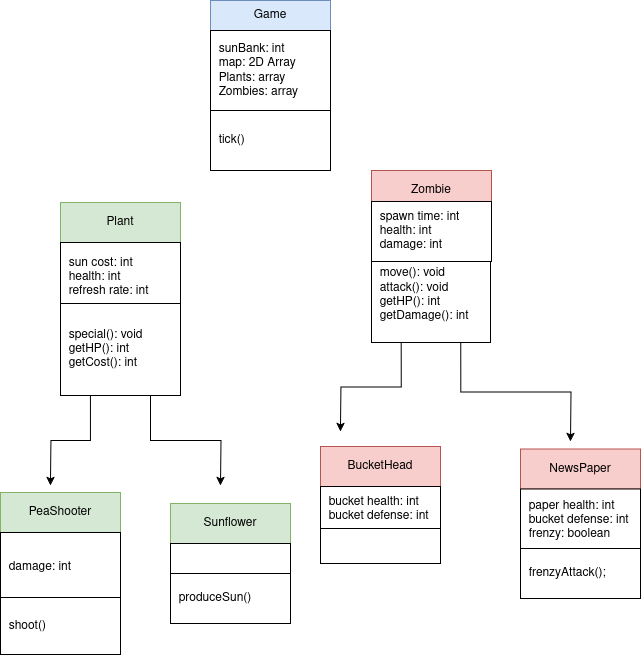
Earlier version of the draw.io export Updated_UML.png (Stuycs-K/finalprojectapcs-3-nizum-nowar-chen-angelo-chan-jessie). Source tidied: cells renumbered, new cells last; positions are measured from the earlier drawing's top-left corner, leaving out a move shared by most shapes.
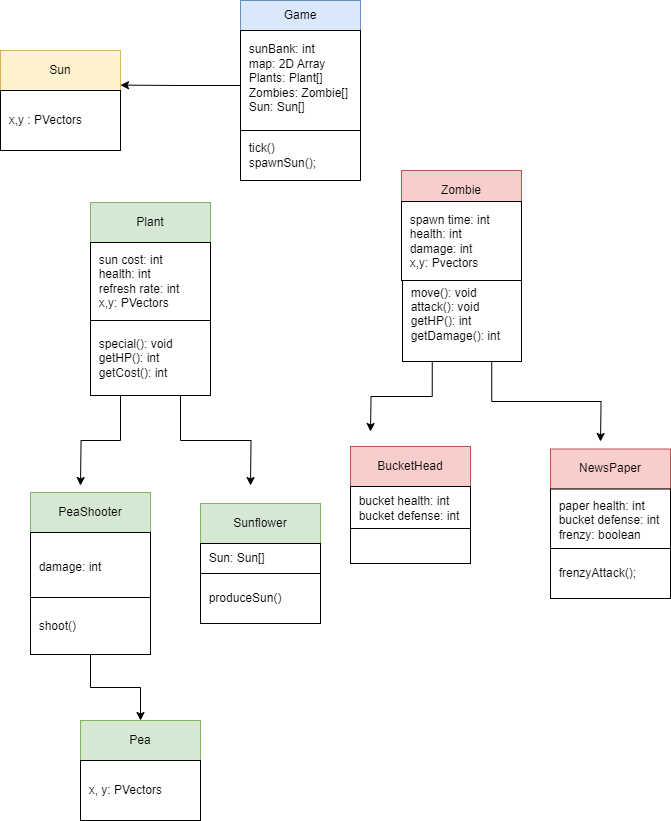
The same file after the commit.

Commit message:
Further updated UML with new Sun and Pea

What changed in the source:
```diff
@@ -5,8 +5,8 @@
     <mxCell id="2" value="Plant" style="rounded=0;whiteSpace=wrap;html=1;fillColor=#d5e8d4;strokeColor=#82b366;" parent="1" vertex="1">
       <mxGeometry x="60" y="202" width="120" height="40" as="geometry" />
     </mxCell>
-    <mxCell id="3" value="&lt;div align=&quot;left&quot;&gt;&amp;nbsp; sun cost: int&lt;/div&gt;&lt;div align=&quot;left&quot;&gt;&amp;nbsp; health: int&lt;/div&gt;&lt;div align=&quot;left&quot;&gt;&amp;nbsp; refresh rate: int &lt;br&gt;&lt;/div&gt;" style="rounded=0;whiteSpace=wrap;html=1;align=left;" parent="1" vertex="1">
-      <mxGeometry x="60" y="242" width="120" height="70" as="geometry" />
+    <mxCell id="3" value="&lt;div align=&quot;left&quot;&gt;&amp;nbsp; sun cost: int&lt;/div&gt;&lt;div align=&quot;left&quot;&gt;&amp;nbsp; health: int&lt;/div&gt;&lt;div align=&quot;left&quot;&gt;&amp;nbsp; refresh rate: int &lt;br&gt;&lt;/div&gt;&lt;div align=&quot;left&quot;&gt;&amp;nbsp; x,y: PVectors&lt;/div&gt;" style="rounded=0;whiteSpace=wrap;html=1;align=left;" parent="1" vertex="1">
+      <mxGeometry x="60" y="242" width="120" height="78" as="geometry" />
     </mxCell>
     <mxCell id="4" style="edgeStyle=orthogonalEdgeStyle;rounded=0;jettySize=auto;html=1;exitX=0.25;exitY=1;exitDx=0;exitDy=0;" parent="1" edge="1" source="6">
       <mxGeometry relative="1" as="geometry">
@@ -19,13 +19,13 @@
       </mxGeometry>
     </mxCell>
     <mxCell id="6" value="&lt;div&gt;&amp;nbsp; special(): void&lt;/div&gt;&lt;div&gt;&amp;nbsp; getHP(): int &lt;br&gt;&lt;/div&gt;&lt;div&gt;&amp;nbsp; getCost(): int&lt;/div&gt;" style="rounded=0;whiteSpace=wrap;html=1;align=left;" parent="1" vertex="1">
-      <mxGeometry x="60" y="303" width="120" height="92" as="geometry" />
+      <mxGeometry x="60" y="320" width="120" height="75" as="geometry" />
     </mxCell>
     <mxCell id="7" value="&lt;div align=&quot;center&quot;&gt;Zombie&lt;/div&gt;" style="rounded=0;whiteSpace=wrap;html=1;fillColor=#f8cecc;strokeColor=#b85450;align=center;" parent="1" vertex="1">
       <mxGeometry x="371" y="170" width="120" height="40" as="geometry" />
     </mxCell>
-    <mxCell id="8" value="&lt;div align=&quot;left&quot;&gt;&amp;nbsp; spawn time: int&lt;/div&gt;&lt;div align=&quot;left&quot;&gt;&amp;nbsp; health: int &lt;br&gt;&lt;/div&gt;&lt;div align=&quot;left&quot;&gt;&amp;nbsp; damage: int&lt;/div&gt;" style="rounded=0;whiteSpace=wrap;html=1;align=left;" parent="1" vertex="1">
-      <mxGeometry x="371" y="201" width="120" height="60" as="geometry" />
+    <mxCell id="8" value="&lt;div align=&quot;left&quot;&gt;&amp;nbsp; spawn time: int&lt;/div&gt;&lt;div align=&quot;left&quot;&gt;&amp;nbsp; health: int &lt;br&gt;&lt;/div&gt;&lt;div align=&quot;left&quot;&gt;&amp;nbsp; damage: int&lt;/div&gt;&lt;div align=&quot;left&quot;&gt;&amp;nbsp; x,y: Pvectors&amp;nbsp;&lt;/div&gt;" style="rounded=0;whiteSpace=wrap;html=1;align=left;" parent="1" vertex="1">
+      <mxGeometry x="371" y="201" width="120" height="79" as="geometry" />
     </mxCell>
     <mxCell id="9" style="edgeStyle=orthogonalEdgeStyle;rounded=0;jettySize=auto;html=1;exitX=0.25;exitY=1;exitDx=0;exitDy=0;" parent="1" edge="1" source="11">
       <mxGeometry relative="1" as="geometry">
@@ -38,7 +38,7 @@
       </mxGeometry>
     </mxCell>
     <mxCell id="11" value="&lt;div align=&quot;left&quot;&gt;&amp;nbsp; move(): void &lt;br&gt;&lt;/div&gt;&lt;div align=&quot;left&quot;&gt;&amp;nbsp; attack(): void&lt;/div&gt;&lt;div align=&quot;left&quot;&gt;&amp;nbsp; getHP(): int&lt;/div&gt;&lt;div align=&quot;left&quot;&gt;&amp;nbsp; getDamage(): int&lt;/div&gt;&lt;div align=&quot;left&quot;&gt;&lt;br&gt;&lt;/div&gt;" style="rounded=0;whiteSpace=wrap;html=1;align=left;" parent="1" vertex="1">
-      <mxGeometry x="371" y="261" width="119" height="81" as="geometry" />
+      <mxGeometry x="372" y="280" width="119" height="81" as="geometry" />
     </mxCell>
     <mxCell id="12" value="PeaShooter" style="rounded=0;whiteSpace=wrap;html=1;fillColor=#d5e8d4;strokeColor=#82b366;" parent="1" vertex="1">
       <mxGeometry y="492" width="120" height="40" as="geometry" />
@@ -46,13 +46,16 @@
     <mxCell id="13" value="&lt;div align=&quot;left&quot;&gt;&amp;nbsp; damage: int &lt;br&gt;&lt;/div&gt;" style="rounded=0;whiteSpace=wrap;html=1;align=left;" parent="1" vertex="1">
       <mxGeometry y="532" width="120" height="70" as="geometry" />
     </mxCell>
+    <mxCell id="27" style="edgeStyle=orthogonalEdgeStyle;rounded=0;jettySize=auto;html=1;exitX=0.5;exitY=1;exitDx=0;exitDy=0;" parent="1" edge="1" source="14" target="31">
+      <mxGeometry relative="1" as="geometry" />
+    </mxCell>
     <mxCell id="14" value="&amp;nbsp; shoot()" style="rounded=0;whiteSpace=wrap;html=1;align=left;" parent="1" vertex="1">
       <mxGeometry y="597" width="120" height="57" as="geometry" />
     </mxCell>
     <mxCell id="15" value="Sunflower" style="rounded=0;whiteSpace=wrap;html=1;fillColor=#d5e8d4;strokeColor=#82b366;" parent="1" vertex="1">
       <mxGeometry x="170" y="503" width="120" height="40" as="geometry" />
     </mxCell>
-    <mxCell id="16" style="rounded=0;whiteSpace=wrap;html=1;align=left;" parent="1" vertex="1">
+    <mxCell id="16" value="&amp;nbsp; Sun: Sun[]" style="rounded=0;whiteSpace=wrap;html=1;align=left;" parent="1" vertex="1">
       <mxGeometry x="170" y="543" width="120" height="30" as="geometry" />
     </mxCell>
     <mxCell id="17" value="&amp;nbsp; produceSun()" style="rounded=0;whiteSpace=wrap;html=1;align=left;" parent="1" vertex="1">
@@ -79,11 +82,28 @@
     <mxCell id="24" value="Game" style="rounded=0;whiteSpace=wrap;html=1;fillColor=#dae8fc;strokeColor=#6c8ebf;" parent="1" vertex="1">
       <mxGeometry x="210" width="120" height="30" as="geometry" />
     </mxCell>
+    <mxCell id="28" style="edgeStyle=orthogonalEdgeStyle;rounded=0;jettySize=auto;html=1;exitX=0;exitY=0.5;exitDx=0;exitDy=0;" parent="1" edge="1" source="25">
+      <mxGeometry relative="1" as="geometry">
+        <mxPoint x="90" y="84.6" as="targetPoint" />
+      </mxGeometry>
+    </mxCell>
-    <mxCell id="25" value="&lt;div&gt;&amp;nbsp; sunBank: int &lt;br&gt;&lt;/div&gt;&lt;div&gt;&amp;nbsp; map: 2D Array&lt;/div&gt;&lt;div&gt;&amp;nbsp; Plants: array&lt;/div&gt;&lt;div&gt;&amp;nbsp; Zombies: array&lt;/div&gt;&lt;div&gt;&amp;nbsp;&amp;nbsp; &lt;br&gt;&lt;/div&gt;&lt;div&gt;&lt;br&gt;&lt;/div&gt;" style="rounded=0;whiteSpace=wrap;html=1;align=left;" parent="1" vertex="1">
+    <mxCell id="25" value="&lt;div&gt;&amp;nbsp; sunBank: int &lt;br&gt;&lt;/div&gt;&lt;div&gt;&amp;nbsp; map: 2D Array&lt;/div&gt;&lt;div&gt;&amp;nbsp; Plants: Plant[]&lt;/div&gt;&lt;div&gt;&amp;nbsp; Zombies: Zombie[]&lt;/div&gt;&lt;div&gt;&amp;nbsp; Sun: Sun[]&lt;br&gt;&lt;/div&gt;&lt;div&gt;&lt;br&gt;&lt;/div&gt;" style="rounded=0;whiteSpace=wrap;html=1;align=left;" parent="1" vertex="1">
       <mxGeometry x="210" y="30" width="120" height="110" as="geometry" />
     </mxCell>
-    <mxCell id="26" value="&lt;div align=&quot;left&quot;&gt;&amp;nbsp; tick()&lt;/div&gt;" style="rounded=0;whiteSpace=wrap;html=1;align=left;" parent="1" vertex="1">
-      <mxGeometry x="210" y="110" width="120" height="60" as="geometry" />
+    <mxCell id="26" value="&lt;div align=&quot;left&quot;&gt;&amp;nbsp; tick()&lt;/div&gt;&lt;div align=&quot;left&quot;&gt;&amp;nbsp; spawnSun();&amp;nbsp;&lt;/div&gt;" style="rounded=0;whiteSpace=wrap;html=1;align=left;" parent="1" vertex="1">
+      <mxGeometry x="210" y="130" width="120" height="50" as="geometry" />
     </mxCell>
+    <mxCell id="29" value="Sun" style="rounded=0;whiteSpace=wrap;html=1;fillColor=#fff2cc;strokeColor=#d6b656;" parent="1" vertex="1">
+      <mxGeometry x="-30" y="50" width="120" height="40" as="geometry" />
+    </mxCell>
+    <mxCell id="30" value="&amp;nbsp; x,y : PVectors" style="rounded=0;whiteSpace=wrap;html=1;align=left;" parent="1" vertex="1">
+      <mxGeometry x="-30" y="90" width="120" height="60" as="geometry" />
+    </mxCell>
+    <mxCell id="31" value="Pea" style="rounded=0;whiteSpace=wrap;html=1;fillColor=#d5e8d4;strokeColor=#82b366;" parent="1" vertex="1">
+      <mxGeometry x="50" y="720" width="120" height="40" as="geometry" />
+    </mxCell>
+    <mxCell id="32" value="&amp;nbsp; x, y: PVectors" style="rounded=0;whiteSpace=wrap;html=1;align=left;" parent="1" vertex="1">
+      <mxGeometry x="50" y="760" width="120" height="60" as="geometry" />
+    </mxCell>
   </root>
 </mxGraphModel>
```
